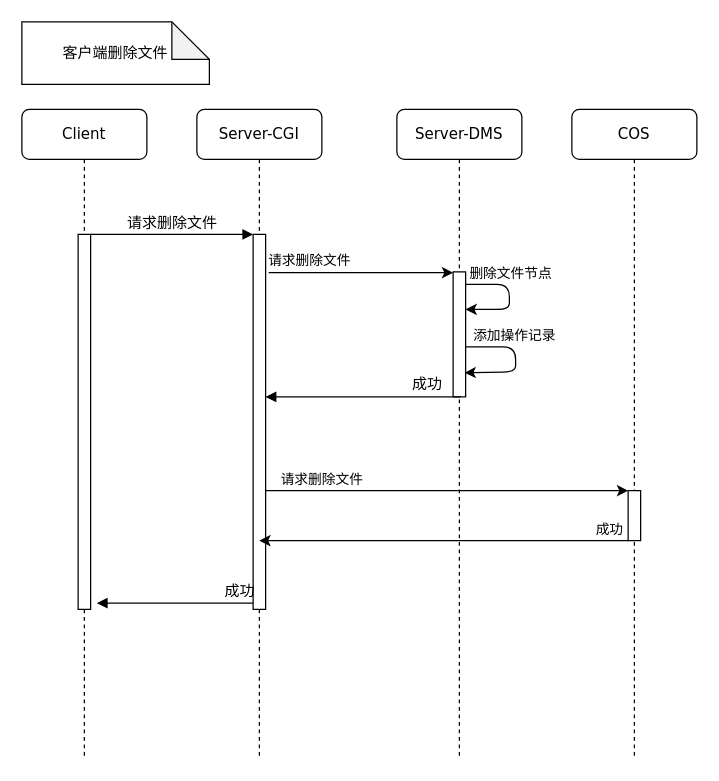
This is dms-删除文件.drawio from logxxx/Something, a draw.io file, before an edit. Source tidied: cells renumbered, new cells numbered last; positions are measured from the earlier drawing's top-left corner, leaving out a move shared by most shapes. Both pictures are drawn from the tidied source at 125%, with x=0, y=0 at pixel (21, 21).
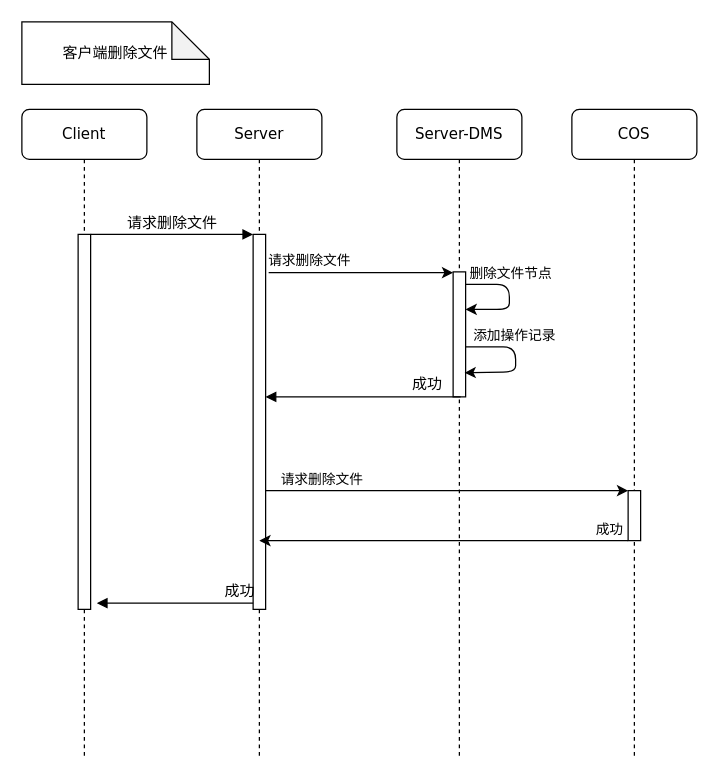
The same page after the edit.

Diff of the diagram source:
```diff
@@
-    <mxCell id="2" value="Server-CGI" style="shape=umlLifeline;perimeter=lifelinePerimeter;whiteSpace=wrap;html=1;rounded=1;shadow=0;comic=0;labelBackgroundColor=none;strokeWidth=1;fontFamily=Verdana;fontSize=12;align=center;" parent="1" vertex="1">
+    <mxCell id="2" value="Server" style="shape=umlLifeline;perimeter=lifelinePerimeter;whiteSpace=wrap;html=1;rounded=1;shadow=0;comic=0;labelBackgroundColor=none;strokeWidth=1;fontFamily=Verdana;fontSize=12;align=center;" parent="1" vertex="1">
       <mxGeometry x="140" y="70" width="100" height="520" as="geometry" />
     </mxCell>
```
